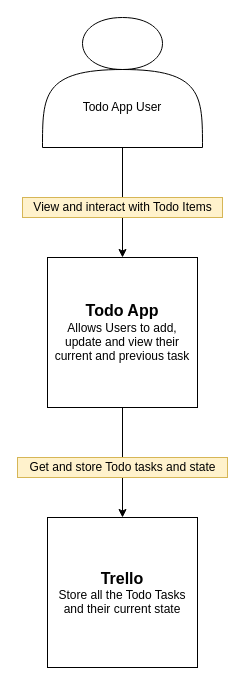
Above: documentation/context.drawio in Karrot96/DevOps-Course-Starter (draw.io), before the change. Source tidied: cells renumbered, new cells numbered last; positions are measured from the earlier drawing's top-left corner, leaving out a move shared by most shapes. Both pictures are drawn from the tidied source at 100%, with x=0, y=0 at pixel (17, 17).
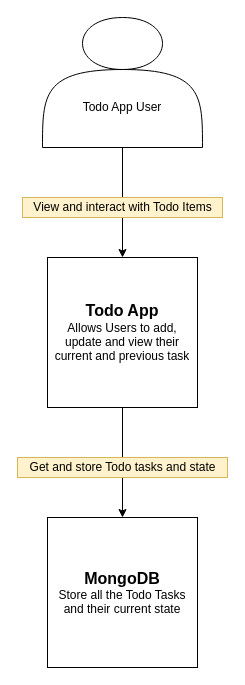
After the change.

The edit, as a diff of the source:
```diff
@@
 <mxGraphModel>
   <root>
     <mxCell id="0" />
     <mxCell id="1" parent="0" />
     <mxCell id="2" style="edgeStyle=orthogonalEdgeStyle;rounded=0;jettySize=auto;html=1;entryX=0.5;entryY=0;entryDx=0;entryDy=0;" parent="1" edge="1" source="3" target="6">
       <mxGeometry relative="1" as="geometry" />
     </mxCell>
     <mxCell id="3" style="shape=actor;whiteSpace=wrap;html=1;" parent="1" vertex="1">
       <mxGeometry x="25" width="160" height="130" as="geometry" />
     </mxCell>
     <mxCell id="4" value="Todo App User" style="text;html=1;strokeColor=none;fillColor=none;align=center;verticalAlign=middle;whiteSpace=wrap;rounded=0;" parent="1" vertex="1">
       <mxGeometry x="45" y="80" width="120" height="20" as="geometry" />
     </mxCell>
     <mxCell id="5" style="edgeStyle=orthogonalEdgeStyle;rounded=0;jettySize=auto;html=1;entryX=0.5;entryY=0;entryDx=0;entryDy=0;" parent="1" edge="1" source="6" target="8">
       <mxGeometry relative="1" as="geometry" />
     </mxCell>
     <mxCell id="6" value="&lt;div&gt;&lt;b&gt;&lt;font style=&quot;font-size: 16px&quot;&gt;Todo App&lt;/font&gt;&lt;/b&gt;&lt;/div&gt;&lt;div&gt;Allows Users to add, update and view their current and previous task&lt;br&gt;&lt;/div&gt;" style="whiteSpace=wrap;html=1;" parent="1" vertex="1">
       <mxGeometry x="30" y="240" width="150" height="150" as="geometry" />
     </mxCell>
     <mxCell id="7" value="View and interact with Todo Items" style="text;html=1;align=center;verticalAlign=middle;fillColor=#fff2cc;strokeColor=#d6b656;" parent="1" vertex="1">
       <mxGeometry x="5" y="180" width="200" height="20" as="geometry" />
     </mxCell>
-    <mxCell id="8" value="&lt;div&gt;&lt;font size=&quot;1&quot;&gt;&lt;b style=&quot;font-size: 16px&quot;&gt;Trello&lt;/b&gt;&lt;/font&gt;&lt;/div&gt;&lt;div&gt;&lt;font style=&quot;font-size: 12px&quot;&gt;&lt;span&gt;Store all the Todo Tasks and their current state&lt;br&gt;&lt;/span&gt;&lt;b&gt;&lt;/b&gt;&lt;/font&gt;&lt;/div&gt;" style="whiteSpace=wrap;html=1;" parent="1" vertex="1">
+    <mxCell id="8" value="&lt;div&gt;&lt;font size=&quot;1&quot;&gt;&lt;b style=&quot;font-size: 16px&quot;&gt;MongoDB&lt;/b&gt;&lt;/font&gt;&lt;/div&gt;&lt;div&gt;&lt;font style=&quot;font-size: 12px&quot;&gt;&lt;span&gt;Store all the Todo Tasks and their current state&lt;br&gt;&lt;/span&gt;&lt;b&gt;&lt;/b&gt;&lt;/font&gt;&lt;/div&gt;" style="whiteSpace=wrap;html=1;" parent="1" vertex="1">
       <mxGeometry x="30" y="500" width="150" height="150" as="geometry" />
     </mxCell>
     <mxCell id="9" value="Get and store Todo tasks and state" style="text;html=1;align=center;verticalAlign=middle;fillColor=#fff2cc;strokeColor=#d6b656;" parent="1" vertex="1">
       <mxGeometry y="440" width="210" height="20" as="geometry" />
     </mxCell>
   </root>
 </mxGraphModel>
```
